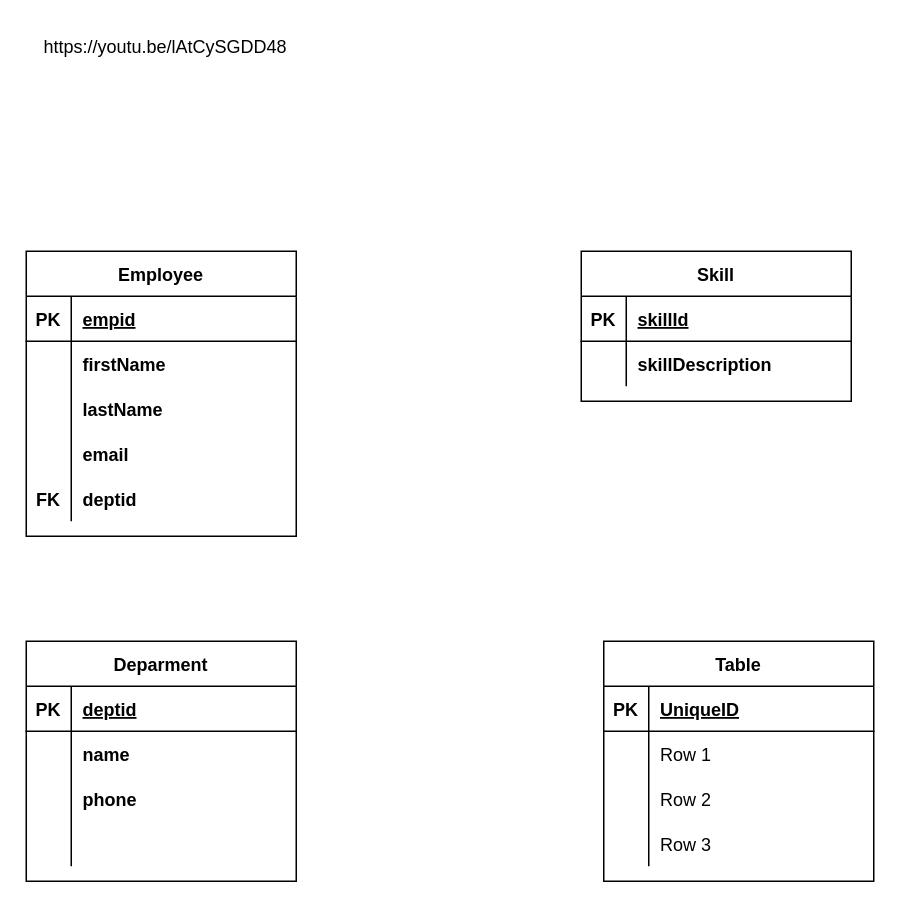
The draw.io diagram Untitled Diagram.drawio in jeremiahlw/drawio, before the edit. Source tidied: cells renumbered, new cells numbered last; positions are measured from the earlier drawing's top-left corner, leaving out a move shared by most shapes. Both pictures are drawn from the tidied source at 150%, with x=0, y=0 at pixel (26, 26).
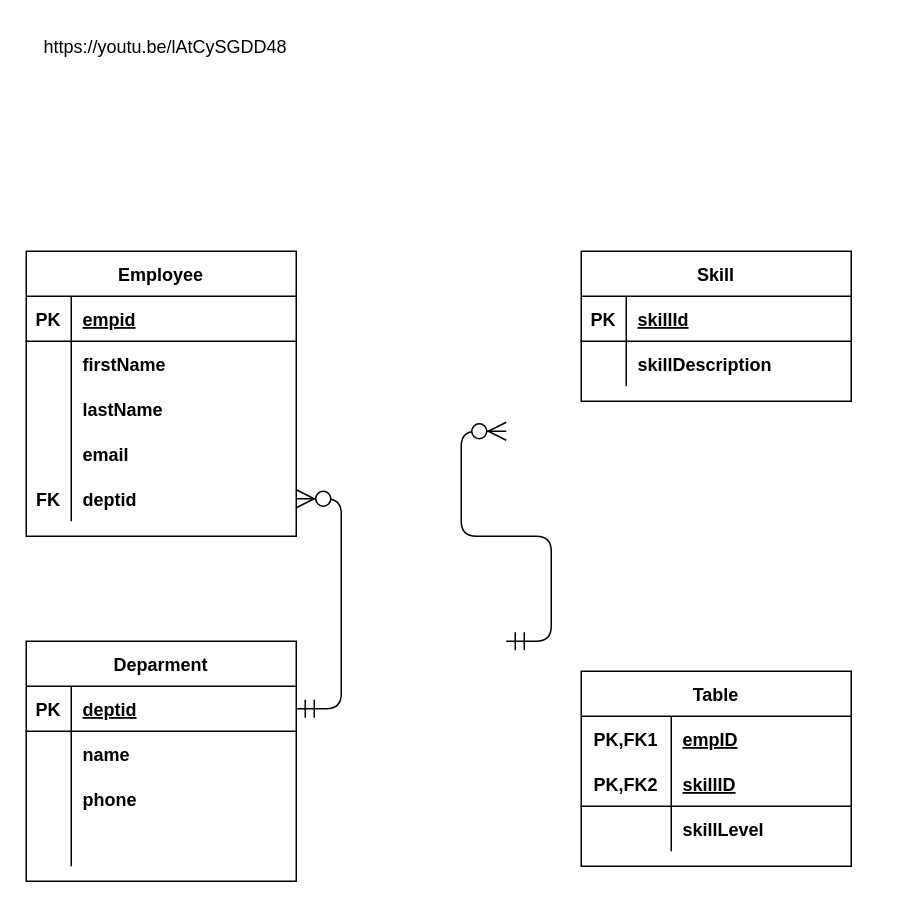
After the change.

Unchanged cells that the change refers to:
```xml
<mxCell id="15" style="shape=partialRectangle;fillColor=none;top=0;left=0;bottom=0;right=0;points=[[0,0.5],[1,0.5]];portConstraint=eastwest;" parent="2" vertex="1">
  <mxGeometry y="150" width="180" height="30" as="geometry" />
</mxCell>
<mxCell id="19" style="shape=partialRectangle;fillColor=none;top=0;left=0;bottom=1;right=0;points=[[0,0.5],[1,0.5]];portConstraint=eastwest;" parent="18" vertex="1">
  <mxGeometry y="30" width="180" height="30" as="geometry" />
</mxCell>
<mxCell id="45" style="shape=partialRectangle;fillColor=none;top=0;left=0;bottom=0;right=0;" parent="38" vertex="1">
  <mxGeometry y="90" width="180" height="30" as="geometry" />
</mxCell>
```

Diff of the diagram source:
```diff
@@
+    <mxCell id="51" value="https://youtu.be/lAtCySGDD48" style="text;whiteSpace=wrap;html=1;" parent="1" vertex="1">
+      <mxGeometry x="10" width="520" height="30" as="geometry" />
+    </mxCell>
     <mxCell id="38" value="Table" style="shape=table;startSize=30;childLayout=tableLayout;rowLines=0;fontStyle=1;align=center;" parent="1" vertex="1">
-      <mxGeometry x="385" y="410" width="180" height="160" as="geometry" />
+      <mxGeometry x="370" y="430" width="180" height="130" as="geometry" />
     </mxCell>
-    <mxCell id="39" style="shape=partialRectangle;fillColor=none;top=0;left=0;bottom=1;right=0;" parent="38" vertex="1">
-      <mxGeometry y="30" width="180" height="30" as="geometry" />
-    </mxCell>
-    <mxCell id="40" value="PK" style="shape=partialRectangle;fillColor=none;top=0;left=0;bottom=0;right=0;fontStyle=1;overflow=hidden;" parent="39" vertex="1">
-      <mxGeometry width="30" height="30" as="geometry" />
-    </mxCell>
-    <mxCell id="41" value="UniqueID" style="shape=partialRectangle;fillColor=none;top=0;left=0;bottom=0;right=0;align=left;spacingLeft=6;fontStyle=5;overflow=hidden;" parent="39" vertex="1">
-      <mxGeometry x="30" width="150" height="30" as="geometry" />
-    </mxCell>
-    <mxCell id="42" style="shape=partialRectangle;fillColor=none;top=0;left=0;bottom=0;right=0;" parent="38" vertex="1">
-      <mxGeometry y="60" width="180" height="30" as="geometry" />
-    </mxCell>
-    <mxCell id="43" style="shape=partialRectangle;fillColor=none;top=0;left=0;bottom=0;right=0;overflow=hidden;" parent="42" vertex="1">
-      <mxGeometry width="30" height="30" as="geometry" />
-    </mxCell>
-    <mxCell id="44" value="Row 1" style="shape=partialRectangle;fillColor=none;top=0;left=0;bottom=0;right=0;align=left;spacingLeft=6;overflow=hidden;" parent="42" vertex="1">
-      <mxGeometry x="30" width="150" height="30" as="geometry" />
-    </mxCell>
+    <mxCell id="52" style="shape=partialRectangle;fillColor=none;top=0;left=0;bottom=0;right=0;" parent="38" vertex="1">
+      <mxGeometry y="30" width="180" height="30" as="geometry" />
+    </mxCell>
+    <mxCell id="53" value="PK,FK1" style="shape=partialRectangle;fillColor=none;top=0;left=0;bottom=0;right=0;fontStyle=1;overflow=hidden;" parent="52" vertex="1">
+      <mxGeometry width="60" height="30" as="geometry" />
+    </mxCell>
+    <mxCell id="54" value="empID" style="shape=partialRectangle;fillColor=none;top=0;left=0;bottom=0;right=0;align=left;spacingLeft=6;fontStyle=5;overflow=hidden;" parent="52" vertex="1">
+      <mxGeometry x="60" width="120" height="30" as="geometry" />
+    </mxCell>
+    <mxCell id="55" style="shape=partialRectangle;fillColor=none;top=0;left=0;bottom=1;right=0;" parent="38" vertex="1">
+      <mxGeometry y="60" width="180" height="30" as="geometry" />
+    </mxCell>
+    <mxCell id="56" value="PK,FK2" style="shape=partialRectangle;fillColor=none;top=0;left=0;bottom=0;right=0;fontStyle=1;overflow=hidden;" parent="55" vertex="1">
+      <mxGeometry width="60" height="30" as="geometry" />
+    </mxCell>
+    <mxCell id="57" value="skillID" style="shape=partialRectangle;fillColor=none;top=0;left=0;bottom=0;right=0;align=left;spacingLeft=6;fontStyle=5;overflow=hidden;" parent="55" vertex="1">
+      <mxGeometry x="60" width="120" height="30" as="geometry" />
+    </mxCell>
@@
-    <mxCell id="46" style="shape=partialRectangle;fillColor=none;top=0;left=0;bottom=0;right=0;overflow=hidden;" parent="45" vertex="1">
-      <mxGeometry width="30" height="30" as="geometry" />
-    </mxCell>
-    <mxCell id="47" value="Row 2" style="shape=partialRectangle;fillColor=none;top=0;left=0;bottom=0;right=0;align=left;spacingLeft=6;overflow=hidden;" parent="45" vertex="1">
-      <mxGeometry x="30" width="150" height="30" as="geometry" />
-    </mxCell>
-    <mxCell id="48" style="shape=partialRectangle;fillColor=none;top=0;left=0;bottom=0;right=0;" parent="38" vertex="1">
-      <mxGeometry y="120" width="180" height="30" as="geometry" />
-    </mxCell>
-    <mxCell id="49" style="shape=partialRectangle;fillColor=none;top=0;left=0;bottom=0;right=0;overflow=hidden;" parent="48" vertex="1">
-      <mxGeometry width="30" height="30" as="geometry" />
-    </mxCell>
-    <mxCell id="50" value="Row 3" style="shape=partialRectangle;fillColor=none;top=0;left=0;bottom=0;right=0;align=left;spacingLeft=6;overflow=hidden;" parent="48" vertex="1">
-      <mxGeometry x="30" width="150" height="30" as="geometry" />
-    </mxCell>
-    <mxCell id="51" value="https://youtu.be/lAtCySGDD48" style="text;whiteSpace=wrap;html=1;" parent="1" vertex="1">
-      <mxGeometry x="10" width="520" height="30" as="geometry" />
-    </mxCell>
+    <mxCell id="58" style="shape=partialRectangle;fillColor=none;top=0;left=0;bottom=0;right=0;overflow=hidden;" parent="45" vertex="1">
+      <mxGeometry width="60" height="30" as="geometry" />
+    </mxCell>
+    <mxCell id="59" value="skillLevel" style="shape=partialRectangle;fillColor=none;top=0;left=0;bottom=0;right=0;align=left;spacingLeft=6;overflow=hidden;fontStyle=1;" parent="45" vertex="1">
+      <mxGeometry x="60" width="120" height="30" as="geometry" />
+    </mxCell>
+    <mxCell id="60" style="edgeStyle=entityRelationEdgeStyle;fontSize=12;html=1;endArrow=ERzeroToMany;startArrow=ERmandOne;endSize=10;startSize=10;" parent="1" edge="1" source="19" target="15">
+      <mxGeometry relative="1" as="geometry" />
+    </mxCell>
+    <mxCell id="61" style="edgeStyle=entityRelationEdgeStyle;fontSize=12;html=1;endArrow=ERzeroToMany;startArrow=ERmandOne;endSize=10;startSize=10;" parent="1" edge="1">
+      <mxGeometry relative="1" as="geometry">
+        <mxPoint x="320" y="410" as="sourcePoint" />
+        <mxPoint x="320" y="270" as="targetPoint" />
+      </mxGeometry>
+    </mxCell>
```
